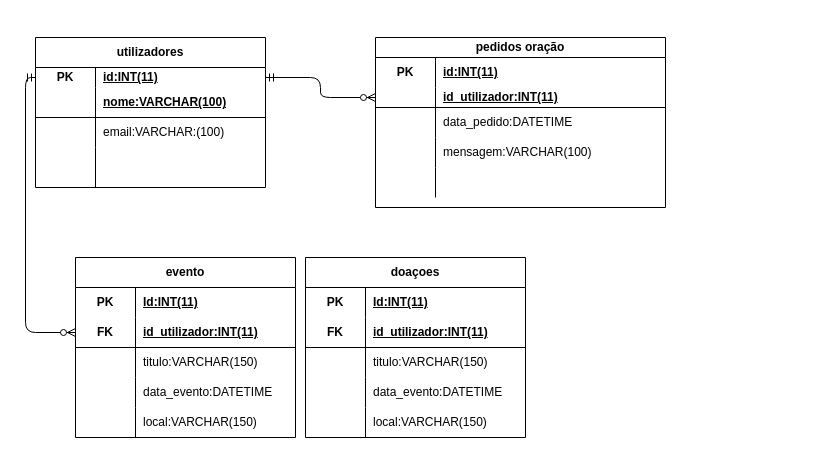
The draw.io diagram Modelo_er.drawio in Mariojuniorchimene742/PAP_Mario_Gerry_igresjas, before the edit. Source tidied: cells renumbered, new cells numbered last; positions are measured from the earlier drawing's top-left corner, leaving out a move shared by most shapes. Both pictures are drawn from the tidied source at 100%, with x=0, y=0 at pixel (35, 37).
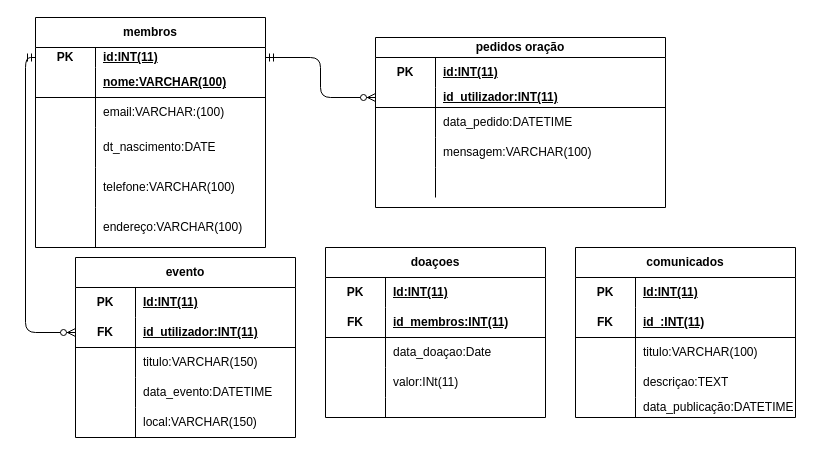
Above is the later version.

Commit message:
Criei uma nova tabela comunicados e implementaçao de dados na tabela.

Unchanged cells that the change refers to:
```xml
<mxCell id="28" style="shape=tableRow;horizontal=0;startSize=0;swimlaneHead=0;swimlaneBody=0;fillColor=none;top=0;left=0;right=0;bottom=0;html=1;" parent="18" vertex="1">
  <mxGeometry y="110" width="230" height="40" as="geometry" />
</mxCell>
<mxCell id="53" style="shape=tableRow;horizontal=0;startSize=0;swimlaneHead=0;swimlaneBody=0;fillColor=none;top=0;left=0;right=0;bottom=1;html=1;" parent="49" vertex="1">
  <mxGeometry y="60" width="220" height="30" as="geometry" />
</mxCell>
<mxCell id="56" style="shape=tableRow;horizontal=0;startSize=0;swimlaneHead=0;swimlaneBody=0;fillColor=none;top=0;left=0;right=0;bottom=0;html=1;" parent="49" vertex="1">
  <mxGeometry y="90" width="220" height="30" as="geometry" />
</mxCell>
<mxCell id="59" style="shape=tableRow;horizontal=0;startSize=0;swimlaneHead=0;swimlaneBody=0;fillColor=none;top=0;left=0;right=0;bottom=0;html=1;" parent="49" vertex="1">
  <mxGeometry y="120" width="220" height="30" as="geometry" />
</mxCell>
```

The edit, as a diff of the source:
```diff
@@
-    <mxCell id="18" value="utilizadores" style="shape=table;startSize=30;childLayout=tableLayout;rowLines=0;fontStyle=1;align=center;html=1;whiteSpace=wrap;" parent="1" vertex="1">
-      <mxGeometry width="230" height="150" as="geometry" />
+    <mxCell id="18" value="membros" style="shape=table;startSize=30;childLayout=tableLayout;rowLines=0;fontStyle=1;align=center;html=1;whiteSpace=wrap;" parent="1" vertex="1">
+      <mxGeometry y="-20" width="230" height="230" as="geometry" />
     </mxCell>
@@
-    <mxCell id="30" style="shape=partialRectangle;fillColor=none;top=0;left=0;bottom=0;right=0;align=left;spacingLeft=6;overflow=hidden;html=1;whiteSpace=wrap;" parent="28" vertex="1">
+    <mxCell id="30" value="dt_nascimento:DATE" style="shape=partialRectangle;fillColor=none;top=0;left=0;bottom=0;right=0;align=left;spacingLeft=6;overflow=hidden;html=1;whiteSpace=wrap;" parent="28" vertex="1">
       <mxGeometry x="60" width="170" height="40" as="geometry" />
     </mxCell>
+    <mxCell id="65" style="shape=tableRow;horizontal=0;startSize=0;swimlaneHead=0;swimlaneBody=0;fillColor=none;top=0;left=0;right=0;bottom=0;html=1;" parent="18" vertex="1">
+      <mxGeometry y="150" width="230" height="40" as="geometry" />
+    </mxCell>
+    <mxCell id="66" style="shape=partialRectangle;fillColor=none;top=0;left=0;bottom=0;right=0;overflow=hidden;html=1;whiteSpace=wrap;" parent="65" vertex="1">
+      <mxGeometry width="60" height="40" as="geometry" />
+    </mxCell>
+    <mxCell id="67" value="telefone:VARCHAR(100)" style="shape=partialRectangle;fillColor=none;top=0;left=0;bottom=0;right=0;align=left;spacingLeft=6;overflow=hidden;html=1;whiteSpace=wrap;" parent="65" vertex="1">
+      <mxGeometry x="60" width="170" height="40" as="geometry" />
+    </mxCell>
+    <mxCell id="68" style="shape=tableRow;horizontal=0;startSize=0;swimlaneHead=0;swimlaneBody=0;fillColor=none;top=0;left=0;right=0;bottom=0;html=1;" parent="18" vertex="1">
+      <mxGeometry y="190" width="230" height="40" as="geometry" />
+    </mxCell>
+    <mxCell id="69" style="shape=partialRectangle;fillColor=none;top=0;left=0;bottom=0;right=0;overflow=hidden;html=1;whiteSpace=wrap;" parent="68" vertex="1">
+      <mxGeometry width="60" height="40" as="geometry" />
+    </mxCell>
+    <mxCell id="70" value="endereço:VARCHAR(100)" style="shape=partialRectangle;fillColor=none;top=0;left=0;bottom=0;right=0;align=left;spacingLeft=6;overflow=hidden;html=1;whiteSpace=wrap;" parent="68" vertex="1">
+      <mxGeometry x="60" width="170" height="40" as="geometry" />
+    </mxCell>
@@
     <mxCell id="49" value="doaçoes" style="shape=table;startSize=30;childLayout=tableLayout;rowLines=0;fontStyle=1;align=center;html=1;whiteSpace=wrap;" parent="1" vertex="1">
-      <mxGeometry x="270" y="220" width="220" height="180" as="geometry" />
+      <mxGeometry x="290" y="210" width="220" height="170" as="geometry" />
     </mxCell>
@@
-    <mxCell id="55" value="id_utilizador:INT(11)" style="shape=partialRectangle;fillColor=none;top=0;left=0;bottom=0;right=0;align=left;spacingLeft=6;fontStyle=5;overflow=hidden;html=1;whiteSpace=wrap;" parent="53" vertex="1">
+    <mxCell id="55" value="id_membros:INT(11)" style="shape=partialRectangle;fillColor=none;top=0;left=0;bottom=0;right=0;align=left;spacingLeft=6;fontStyle=5;overflow=hidden;html=1;whiteSpace=wrap;" parent="53" vertex="1">
       <mxGeometry x="60" width="160" height="30" as="geometry" />
     </mxCell>
@@
-    <mxCell id="58" value="titulo:VARCHAR(150)" style="shape=partialRectangle;fillColor=none;top=0;left=0;bottom=0;right=0;align=left;spacingLeft=6;overflow=hidden;html=1;whiteSpace=wrap;" parent="56" vertex="1">
+    <mxCell id="58" value="data_doaçao:Date" style="shape=partialRectangle;fillColor=none;top=0;left=0;bottom=0;right=0;align=left;spacingLeft=6;overflow=hidden;html=1;whiteSpace=wrap;" parent="56" vertex="1">
       <mxGeometry x="60" width="160" height="30" as="geometry" />
     </mxCell>
@@
-    <mxCell id="61" value="data_evento:DATETIME" style="shape=partialRectangle;fillColor=none;top=0;left=0;bottom=0;right=0;align=left;spacingLeft=6;overflow=hidden;html=1;whiteSpace=wrap;" parent="59" vertex="1">
+    <mxCell id="61" value="valor:INt(11)" style="shape=partialRectangle;fillColor=none;top=0;left=0;bottom=0;right=0;align=left;spacingLeft=6;overflow=hidden;html=1;whiteSpace=wrap;" parent="59" vertex="1">
       <mxGeometry x="60" width="160" height="30" as="geometry" />
     </mxCell>
     <mxCell id="62" style="shape=tableRow;horizontal=0;startSize=0;swimlaneHead=0;swimlaneBody=0;fillColor=none;top=0;left=0;right=0;bottom=0;html=1;" parent="49" vertex="1">
-      <mxGeometry y="150" width="220" height="30" as="geometry" />
+      <mxGeometry y="150" width="220" height="20" as="geometry" />
     </mxCell>
     <mxCell id="63" style="shape=partialRectangle;fillColor=none;top=0;left=0;bottom=0;right=0;overflow=hidden;html=1;whiteSpace=wrap;" parent="62" vertex="1">
-      <mxGeometry width="60" height="30" as="geometry" />
+      <mxGeometry width="60" height="20" as="geometry" />
     </mxCell>
-    <mxCell id="64" value="local:VARCHAR(150)" style="shape=partialRectangle;fillColor=none;top=0;left=0;bottom=0;right=0;align=left;spacingLeft=6;overflow=hidden;html=1;whiteSpace=wrap;" parent="62" vertex="1">
-      <mxGeometry x="60" width="160" height="30" as="geometry" />
+    <mxCell id="64" style="shape=partialRectangle;fillColor=none;top=0;left=0;bottom=0;right=0;align=left;spacingLeft=6;overflow=hidden;html=1;whiteSpace=wrap;" parent="62" vertex="1">
+      <mxGeometry x="60" width="160" height="20" as="geometry" />
     </mxCell>
+    <mxCell id="71" value="comunicados" style="shape=table;startSize=30;childLayout=tableLayout;rowLines=0;fontStyle=1;align=center;html=1;whiteSpace=wrap;" parent="1" vertex="1">
+      <mxGeometry x="540" y="210" width="220" height="170" as="geometry" />
+    </mxCell>
+    <mxCell id="72" style="shape=tableRow;horizontal=0;startSize=0;swimlaneHead=0;swimlaneBody=0;fillColor=none;top=0;left=0;right=0;bottom=0;html=1;" parent="71" vertex="1">
+      <mxGeometry y="30" width="220" height="30" as="geometry" />
+    </mxCell>
+    <mxCell id="73" value="PK" style="shape=partialRectangle;fillColor=none;top=0;left=0;bottom=0;right=0;fontStyle=1;overflow=hidden;html=1;whiteSpace=wrap;" parent="72" vertex="1">
+      <mxGeometry width="60" height="30" as="geometry" />
+    </mxCell>
+    <mxCell id="74" value="Id:INT(11)" style="shape=partialRectangle;fillColor=none;top=0;left=0;bottom=0;right=0;align=left;spacingLeft=6;fontStyle=5;overflow=hidden;html=1;whiteSpace=wrap;" parent="72" vertex="1">
+      <mxGeometry x="60" width="160" height="30" as="geometry" />
+    </mxCell>
+    <mxCell id="75" style="shape=tableRow;horizontal=0;startSize=0;swimlaneHead=0;swimlaneBody=0;fillColor=none;top=0;left=0;right=0;bottom=1;html=1;" parent="71" vertex="1">
+      <mxGeometry y="60" width="220" height="30" as="geometry" />
+    </mxCell>
+    <mxCell id="76" value="FK" style="shape=partialRectangle;fillColor=none;top=0;left=0;bottom=0;right=0;fontStyle=1;overflow=hidden;html=1;whiteSpace=wrap;" parent="75" vertex="1">
+      <mxGeometry width="60" height="30" as="geometry" />
+    </mxCell>
+    <mxCell id="77" value="id_:INT(11)" style="shape=partialRectangle;fillColor=none;top=0;left=0;bottom=0;right=0;align=left;spacingLeft=6;fontStyle=5;overflow=hidden;html=1;whiteSpace=wrap;" parent="75" vertex="1">
+      <mxGeometry x="60" width="160" height="30" as="geometry" />
+    </mxCell>
+    <mxCell id="78" style="shape=tableRow;horizontal=0;startSize=0;swimlaneHead=0;swimlaneBody=0;fillColor=none;top=0;left=0;right=0;bottom=0;html=1;" parent="71" vertex="1">
+      <mxGeometry y="90" width="220" height="30" as="geometry" />
+    </mxCell>
+    <mxCell id="79" style="shape=partialRectangle;fillColor=none;top=0;left=0;bottom=0;right=0;overflow=hidden;html=1;whiteSpace=wrap;" parent="78" vertex="1">
+      <mxGeometry width="60" height="30" as="geometry" />
+    </mxCell>
+    <mxCell id="80" value="titulo:VARCHAR(100)" style="shape=partialRectangle;fillColor=none;top=0;left=0;bottom=0;right=0;align=left;spacingLeft=6;overflow=hidden;html=1;whiteSpace=wrap;" parent="78" vertex="1">
+      <mxGeometry x="60" width="160" height="30" as="geometry" />
+    </mxCell>
+    <mxCell id="81" style="shape=tableRow;horizontal=0;startSize=0;swimlaneHead=0;swimlaneBody=0;fillColor=none;top=0;left=0;right=0;bottom=0;html=1;" parent="71" vertex="1">
+      <mxGeometry y="120" width="220" height="30" as="geometry" />
+    </mxCell>
+    <mxCell id="82" style="shape=partialRectangle;fillColor=none;top=0;left=0;bottom=0;right=0;overflow=hidden;html=1;whiteSpace=wrap;" parent="81" vertex="1">
+      <mxGeometry width="60" height="30" as="geometry" />
+    </mxCell>
+    <mxCell id="83" value="descriçao:TEXT" style="shape=partialRectangle;fillColor=none;top=0;left=0;bottom=0;right=0;align=left;spacingLeft=6;overflow=hidden;html=1;whiteSpace=wrap;" parent="81" vertex="1">
+      <mxGeometry x="60" width="160" height="30" as="geometry" />
+    </mxCell>
+    <mxCell id="84" style="shape=tableRow;horizontal=0;startSize=0;swimlaneHead=0;swimlaneBody=0;fillColor=none;top=0;left=0;right=0;bottom=0;html=1;" parent="71" vertex="1">
+      <mxGeometry y="150" width="220" height="20" as="geometry" />
+    </mxCell>
+    <mxCell id="85" style="shape=partialRectangle;fillColor=none;top=0;left=0;bottom=0;right=0;overflow=hidden;html=1;whiteSpace=wrap;" parent="84" vertex="1">
+      <mxGeometry width="60" height="20" as="geometry" />
+    </mxCell>
+    <mxCell id="86" value="&lt;span style=&quot;color: rgb(0, 0, 0);&quot;&gt;data_publicação:DATETIME&lt;/span&gt;" style="shape=partialRectangle;fillColor=none;top=0;left=0;bottom=0;right=0;align=left;spacingLeft=6;overflow=hidden;html=1;whiteSpace=wrap;" parent="84" vertex="1">
+      <mxGeometry x="60" width="160" height="20" as="geometry" />
+    </mxCell>
```
